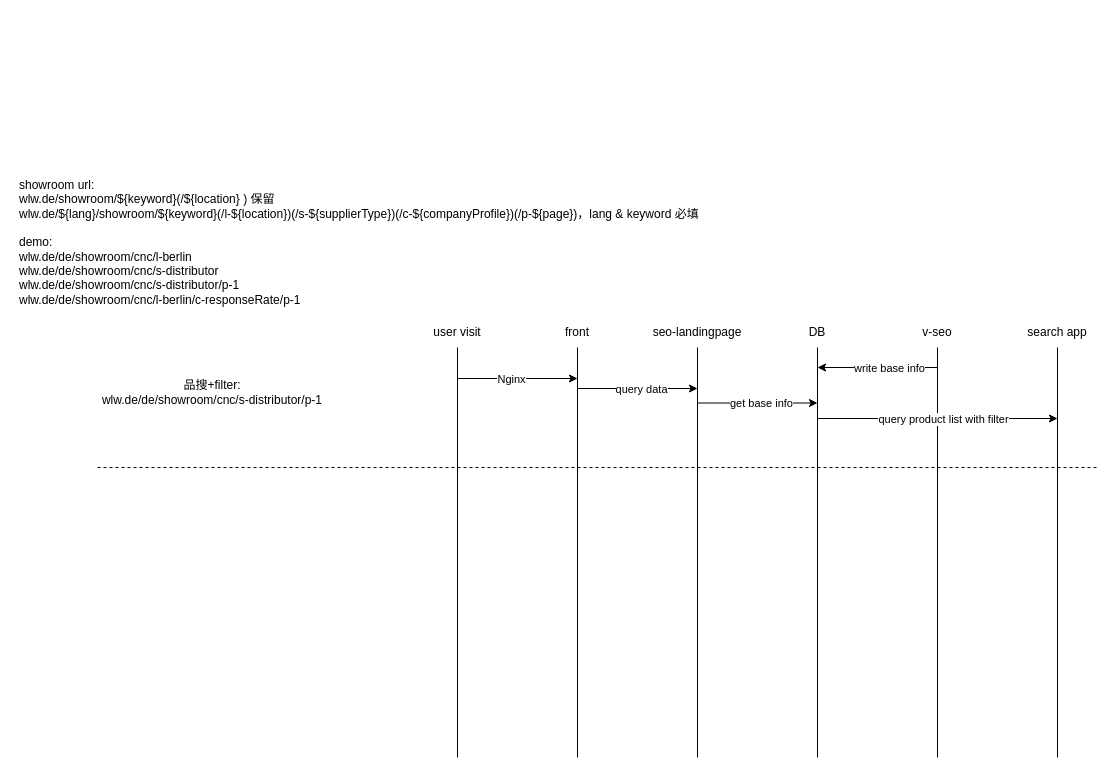
VisableHarry/seo-drawio keeps this draw.io diagram as drawio/showroom.drawio. Above is the earlier version. Source tidied: cells renumbered, new cells numbered last; positions are measured from the earlier drawing's top-left corner, leaving out a move shared by most shapes. Both pictures are drawn from the tidied source at 100%, with x=0, y=0 at pixel (17, 177).
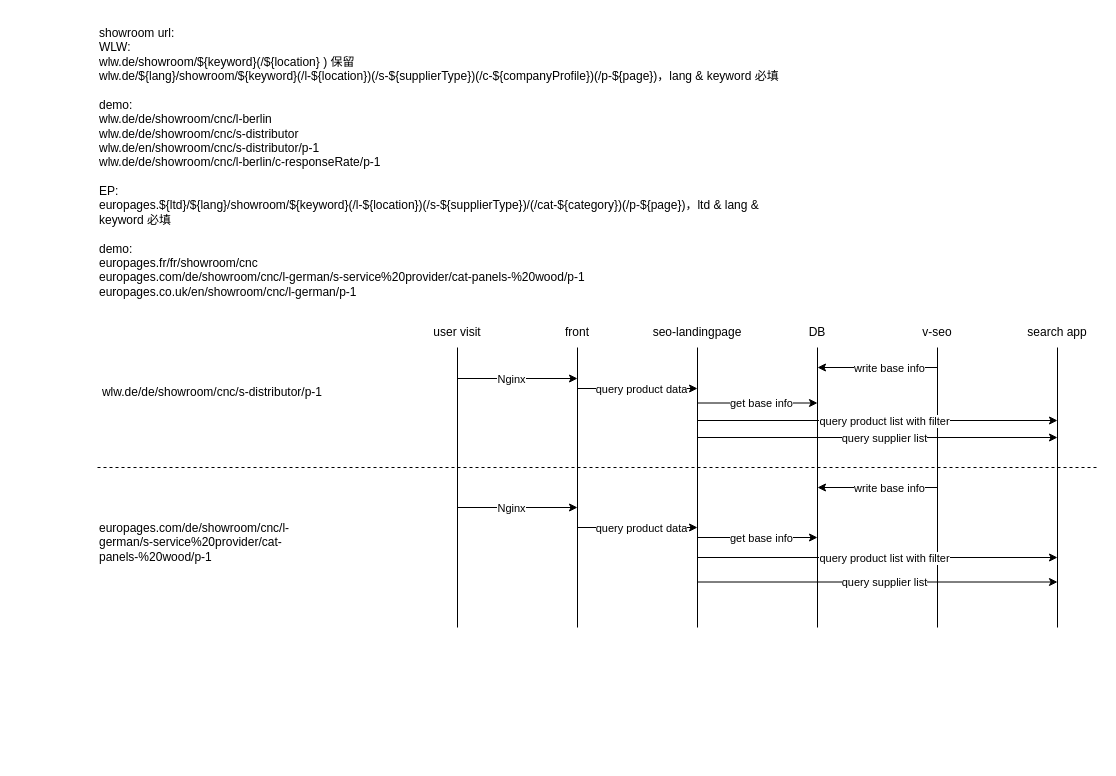
After the change.

The change refers to these unchanged cells:
```xml
<mxCell id="19" style="endArrow=classic;html=1;rounded=0;" parent="1" edge="1">
  <mxGeometry relative="1" as="geometry">
    <mxPoint x="560" y="211" as="sourcePoint" />
    <mxPoint x="680" y="211" as="targetPoint" />
  </mxGeometry>
</mxCell>
```

The edit, as a diff of the source:
```diff
@@
     <mxCell id="2" style="endArrow=none;html=1;rounded=0;" parent="1" edge="1">
       <mxGeometry relative="1" as="geometry">
-        <mxPoint x="440" y="580" as="sourcePoint" />
+        <mxPoint x="440" y="450" as="sourcePoint" />
         <mxPoint x="440" y="170" as="targetPoint" />
       </mxGeometry>
     </mxCell>
     <mxCell id="3" style="endArrow=none;html=1;rounded=0;" parent="1" edge="1">
       <mxGeometry relative="1" as="geometry">
-        <mxPoint x="560" y="580" as="sourcePoint" />
+        <mxPoint x="560" y="450" as="sourcePoint" />
         <mxPoint x="560" y="170" as="targetPoint" />
       </mxGeometry>
     </mxCell>
     <mxCell id="4" style="endArrow=none;html=1;rounded=0;" parent="1" edge="1">
       <mxGeometry relative="1" as="geometry">
-        <mxPoint x="680" y="580" as="sourcePoint" />
+        <mxPoint x="680" y="450" as="sourcePoint" />
         <mxPoint x="680" y="170" as="targetPoint" />
       </mxGeometry>
     </mxCell>
     <mxCell id="5" style="endArrow=none;html=1;rounded=0;" parent="1" edge="1">
       <mxGeometry relative="1" as="geometry">
-        <mxPoint x="800" y="580" as="sourcePoint" />
+        <mxPoint x="800" y="450" as="sourcePoint" />
         <mxPoint x="800" y="170" as="targetPoint" />
       </mxGeometry>
     </mxCell>
     <mxCell id="6" style="endArrow=none;html=1;rounded=0;" parent="1" edge="1">
       <mxGeometry relative="1" as="geometry">
-        <mxPoint x="920" y="580" as="sourcePoint" />
+        <mxPoint x="920" y="450" as="sourcePoint" />
         <mxPoint x="920" y="170" as="targetPoint" />
       </mxGeometry>
     </mxCell>
@@
     <mxCell id="12" style="endArrow=none;html=1;rounded=0;" parent="1" edge="1">
       <mxGeometry relative="1" as="geometry">
-        <mxPoint x="1040" y="580" as="sourcePoint" />
+        <mxPoint x="1040" y="450" as="sourcePoint" />
         <mxPoint x="1040" y="170" as="targetPoint" />
       </mxGeometry>
     </mxCell>
@@
-    <mxCell id="15" value="品搜+filter:&lt;div&gt;&lt;div style=&quot;text-align: left;&quot;&gt;wlw.de/de/showroom/cnc/s-&lt;span style=&quot;background-color: initial;&quot;&gt;distributor/p-1&lt;/span&gt;&lt;/div&gt;&lt;/div&gt;" style="text;html=1;align=center;verticalAlign=middle;whiteSpace=wrap;rounded=0;" parent="1" vertex="1">
+    <mxCell id="15" value="&lt;div&gt;&lt;div style=&quot;text-align: left;&quot;&gt;wlw.de/de/showroom/cnc/s-&lt;span style=&quot;background-color: initial;&quot;&gt;distributor/p-1&lt;/span&gt;&lt;/div&gt;&lt;/div&gt;" style="text;html=1;align=center;verticalAlign=middle;whiteSpace=wrap;rounded=0;" parent="1" vertex="1">
       <mxGeometry x="80" y="190" width="230" height="50" as="geometry" />
     </mxCell>
-    <mxCell id="16" value="&lt;div style=&quot;&quot;&gt;&lt;span style=&quot;background-color: initial;&quot;&gt;showroom url:&lt;/span&gt;&lt;/div&gt;&lt;div&gt;wlw.de/showroom/${keyword}(/${location} ) 保留&lt;br&gt;&lt;div&gt;wlw.de/${lang}/showroom/${keyword}(/l-${location})(/s-${supplierType})(/c-${companyProfile})(/p-${page})，lang &amp;amp; keyword 必填&lt;/div&gt;&lt;/div&gt;&lt;div&gt;&lt;br&gt;&lt;/div&gt;&lt;div&gt;demo:&lt;/div&gt;&lt;div&gt;wlw.de/de/showroom/cnc/l-berlin&lt;/div&gt;&lt;div&gt;&lt;div&gt;wlw.de/de/showroom/cnc/s-&lt;span style=&quot;background-color: initial;&quot;&gt;distributor&lt;/span&gt;&lt;/div&gt;&lt;/div&gt;&lt;div&gt;&lt;div&gt;wlw.de/de/showroom/cnc/s-&lt;span style=&quot;background-color: initial;&quot;&gt;distributor/p-1&lt;/span&gt;&lt;/div&gt;&lt;/div&gt;&lt;div&gt;&lt;span style=&quot;background-color: initial;&quot;&gt;wlw.de/de/showroom/cnc/l-berlin/c-&lt;/span&gt;&lt;span style=&quot;background-color: initial;&quot;&gt;responseRate/p-1&lt;br&gt;&lt;/span&gt;&lt;/div&gt;" style="text;html=1;align=left;verticalAlign=middle;whiteSpace=wrap;rounded=0;" parent="1" vertex="1">
-      <mxGeometry width="690" height="130" as="geometry" />
+    <mxCell id="16" value="&lt;div style=&quot;&quot;&gt;&lt;span style=&quot;background-color: initial;&quot;&gt;showroom url:&lt;/span&gt;&lt;/div&gt;&lt;div style=&quot;&quot;&gt;&lt;span style=&quot;background-color: initial;&quot;&gt;WLW:&lt;/span&gt;&lt;/div&gt;&lt;div&gt;wlw.de/showroom/${keyword}(/${location} ) 保留&lt;br&gt;&lt;div&gt;wlw.de/${lang}/showroom/${keyword}(/l-${location})(/s-${supplierType})(/c-${companyProfile})(/p-${page})，lang &amp;amp; keyword 必填&lt;/div&gt;&lt;/div&gt;&lt;div&gt;&lt;br&gt;&lt;/div&gt;&lt;div&gt;demo:&lt;/div&gt;&lt;div&gt;wlw.de/de/showroom/cnc/l-berlin&lt;/div&gt;&lt;div&gt;&lt;div&gt;wlw.de/de/showroom/cnc/s-&lt;span style=&quot;background-color: initial;&quot;&gt;distributor&lt;/span&gt;&lt;/div&gt;&lt;/div&gt;&lt;div&gt;&lt;div&gt;wlw.de/en/showroom/cnc/s-&lt;span style=&quot;background-color: initial;&quot;&gt;distributor/p-1&lt;/span&gt;&lt;/div&gt;&lt;/div&gt;&lt;div&gt;&lt;span style=&quot;background-color: initial;&quot;&gt;wlw.de/de/showroom/cnc/l-berlin/c-&lt;/span&gt;&lt;span style=&quot;background-color: initial;&quot;&gt;responseRate/p-1&lt;br&gt;&lt;/span&gt;&lt;/div&gt;&lt;div&gt;&lt;span style=&quot;background-color: initial;&quot;&gt;&lt;br&gt;&lt;/span&gt;&lt;/div&gt;&lt;div&gt;&lt;span style=&quot;background-color: initial;&quot;&gt;EP:&lt;/span&gt;&lt;/div&gt;&lt;div&gt;&lt;span style=&quot;background-color: initial;&quot;&gt;europages.${ltd}/${lang}/showroom/${keyword}(/l-${location})(/&lt;/span&gt;&lt;span style=&quot;background-color: initial;&quot;&gt;s-${supplierType}&lt;/span&gt;&lt;span style=&quot;background-color: initial;&quot;&gt;)/(/cat-${category})(/p-${page})，ltd &amp;amp; lang &amp;amp; keyword 必填&lt;/span&gt;&lt;/div&gt;&lt;div&gt;&lt;span style=&quot;background-color: initial;&quot;&gt;&lt;br&gt;&lt;/span&gt;&lt;/div&gt;&lt;div&gt;&lt;span style=&quot;background-color: initial;&quot;&gt;demo:&lt;/span&gt;&lt;/div&gt;&lt;div&gt;&lt;div&gt;&lt;span style=&quot;background-color: initial;&quot;&gt;europages.fr/fr/showroom/cnc&lt;/span&gt;&lt;/div&gt;&lt;/div&gt;&lt;div&gt;&lt;span style=&quot;background-color: initial;&quot;&gt;europages.com/de/showroom/cnc/l-german/s-&lt;/span&gt;&lt;span style=&quot;background-color: initial;&quot;&gt;service%20provider/cat-&lt;/span&gt;&lt;span style=&quot;background-color: initial;&quot;&gt;panels-%20wood/p-1&lt;/span&gt;&lt;/div&gt;&lt;div&gt;&lt;div&gt;&lt;span style=&quot;background-color: initial;&quot;&gt;europages.co.uk/en/showroom/cnc/l-german/&lt;/span&gt;&lt;span style=&quot;background-color: initial;&quot;&gt;p-1&lt;/span&gt;&lt;/div&gt;&lt;/div&gt;" style="text;html=1;align=left;verticalAlign=middle;whiteSpace=wrap;rounded=0;" parent="1" vertex="1">
+      <mxGeometry x="80" y="-160" width="690" height="290" as="geometry" />
     </mxCell>
@@
-    <mxCell id="20" value="query data" style="edgeLabel;html=1;align=center;verticalAlign=middle;" parent="19" vertex="1">
+    <mxCell id="20" value="query product data" style="edgeLabel;html=1;align=center;verticalAlign=middle;" parent="19" vertex="1">
       <mxGeometry x="0.03" y="1" relative="1" as="geometry">
         <mxPoint x="1" y="1" as="offset" />
       </mxGeometry>
     </mxCell>
@@
     <mxCell id="23" style="endArrow=classic;html=1;rounded=0;" parent="1" edge="1">
       <mxGeometry relative="1" as="geometry">
-        <mxPoint x="800" y="241" as="sourcePoint" />
-        <mxPoint x="1040" y="241" as="targetPoint" />
+        <mxPoint x="680" y="243" as="sourcePoint" />
+        <mxPoint x="1040" y="243" as="targetPoint" />
       </mxGeometry>
     </mxCell>
@@
+    <mxCell id="27" style="endArrow=classic;html=1;rounded=0;" parent="1" edge="1">
+      <mxGeometry relative="1" as="geometry">
+        <mxPoint x="680" y="260" as="sourcePoint" />
+        <mxPoint x="1040" y="260" as="targetPoint" />
+      </mxGeometry>
+    </mxCell>
+    <mxCell id="28" value="query supplier list" style="edgeLabel;html=1;align=center;verticalAlign=middle;" parent="27" vertex="1">
+      <mxGeometry x="0.03" y="1" relative="1" as="geometry">
+        <mxPoint x="1" y="1" as="offset" />
+      </mxGeometry>
+    </mxCell>
+    <mxCell id="29" style="endArrow=classic;html=1;rounded=0;" parent="1" edge="1">
+      <mxGeometry relative="1" as="geometry">
+        <mxPoint x="440" y="330" as="sourcePoint" />
+        <mxPoint x="560" y="330" as="targetPoint" />
+      </mxGeometry>
+    </mxCell>
+    <mxCell id="30" value="Nginx" style="edgeLabel;html=1;align=center;verticalAlign=middle;" parent="29" vertex="1">
+      <mxGeometry x="-0.12" relative="1" as="geometry" />
+    </mxCell>
+    <mxCell id="31" style="endArrow=classic;html=1;rounded=0;" parent="1" edge="1">
+      <mxGeometry relative="1" as="geometry">
+        <mxPoint x="560" y="350" as="sourcePoint" />
+        <mxPoint x="680" y="350" as="targetPoint" />
+      </mxGeometry>
+    </mxCell>
+    <mxCell id="32" value="query product data" style="edgeLabel;html=1;align=center;verticalAlign=middle;" parent="31" vertex="1">
+      <mxGeometry x="0.03" y="1" relative="1" as="geometry">
+        <mxPoint x="1" y="1" as="offset" />
+      </mxGeometry>
+    </mxCell>
+    <mxCell id="33" style="endArrow=classic;html=1;rounded=0;" parent="1" edge="1">
+      <mxGeometry relative="1" as="geometry">
+        <mxPoint x="680" y="360" as="sourcePoint" />
+        <mxPoint x="800" y="360" as="targetPoint" />
+      </mxGeometry>
+    </mxCell>
+    <mxCell id="34" value="get base info" style="edgeLabel;html=1;align=center;verticalAlign=middle;" parent="33" vertex="1">
+      <mxGeometry x="0.03" y="1" relative="1" as="geometry">
+        <mxPoint x="1" y="1" as="offset" />
+      </mxGeometry>
+    </mxCell>
+    <mxCell id="35" style="endArrow=classic;html=1;rounded=0;" parent="1" edge="1">
+      <mxGeometry relative="1" as="geometry">
+        <mxPoint x="920" y="310" as="sourcePoint" />
+        <mxPoint x="800" y="310" as="targetPoint" />
+      </mxGeometry>
+    </mxCell>
+    <mxCell id="36" value="write base info" style="edgeLabel;html=1;align=center;verticalAlign=middle;" parent="35" vertex="1">
+      <mxGeometry x="-0.21" y="-3" relative="1" as="geometry">
+        <mxPoint x="-2" y="3" as="offset" />
+      </mxGeometry>
+    </mxCell>
+    <mxCell id="37" style="endArrow=classic;html=1;rounded=0;" parent="1" edge="1">
+      <mxGeometry relative="1" as="geometry">
+        <mxPoint x="680" y="380" as="sourcePoint" />
+        <mxPoint x="1040" y="380" as="targetPoint" />
+      </mxGeometry>
+    </mxCell>
+    <mxCell id="38" value="query product list with filter" style="edgeLabel;html=1;align=center;verticalAlign=middle;" parent="37" vertex="1">
+      <mxGeometry x="0.03" y="1" relative="1" as="geometry">
+        <mxPoint x="1" y="1" as="offset" />
+      </mxGeometry>
+    </mxCell>
+    <mxCell id="39" style="endArrow=classic;html=1;rounded=0;" parent="1" edge="1">
+      <mxGeometry relative="1" as="geometry">
+        <mxPoint x="680" y="404.5" as="sourcePoint" />
+        <mxPoint x="1040" y="404.5" as="targetPoint" />
+      </mxGeometry>
+    </mxCell>
+    <mxCell id="40" value="query supplier list" style="edgeLabel;html=1;align=center;verticalAlign=middle;" parent="39" vertex="1">
+      <mxGeometry x="0.03" y="1" relative="1" as="geometry">
+        <mxPoint x="1" y="1" as="offset" />
+      </mxGeometry>
+    </mxCell>
+    <mxCell id="41" value="europages.com/de/showroom/cnc/l-german/s-service%20provider/cat-panels-%20wood/p-1" style="text;html=1;align=left;verticalAlign=middle;whiteSpace=wrap;rounded=0;" parent="1" vertex="1">
+      <mxGeometry x="80" y="320" width="210" height="90" as="geometry" />
+    </mxCell>
```
